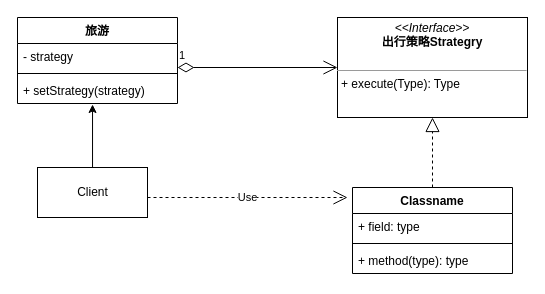
Xrtero/design_pattern keeps this draw.io diagram as 策略模式.drawio. Above is the earlier version. Source tidied: cells renumbered, new cells numbered last; positions are measured from the earlier drawing's top-left corner, leaving out a move shared by most shapes. Both pictures are drawn from the tidied source at 100%, with x=0, y=0 at pixel (17, 17).
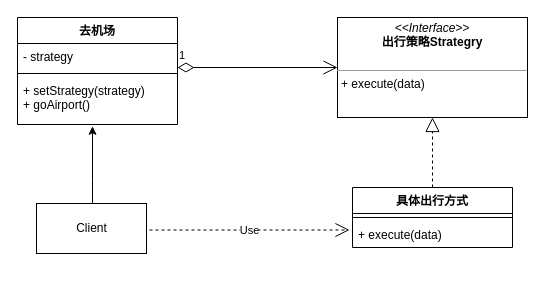
The same page after the edit.

Commit message (it also covers changes not shown here):
更新策略模式.drawio

Change to the diagram source:
```diff
@@
 <mxGraphModel>
   <root>
     <mxCell id="0" />
     <mxCell id="1" parent="0" />
-    <mxCell id="2" value="旅游" style="swimlane;fontStyle=1;align=center;verticalAlign=top;horizontal=1;startSize=26;" parent="1" vertex="1">
-      <mxGeometry width="160" height="86" as="geometry" />
+    <mxCell id="2" value="去机场" style="swimlane;fontStyle=1;align=center;verticalAlign=top;horizontal=1;startSize=26;" parent="1" vertex="1">
+      <mxGeometry width="160" height="107" as="geometry" />
     </mxCell>
     <mxCell id="3" value="- strategy" style="text;strokeColor=none;fillColor=none;align=left;verticalAlign=top;spacingLeft=4;spacingRight=4;overflow=hidden;" parent="2" vertex="1">
       <mxGeometry y="26" width="160" height="26" as="geometry" />
     </mxCell>
     <mxCell id="4" style="line;strokeWidth=1;fillColor=none;align=left;verticalAlign=middle;spacingTop=-1;spacingLeft=3;spacingRight=3;labelPosition=right;" parent="2" vertex="1">
       <mxGeometry y="52" width="160" height="8" as="geometry" />
     </mxCell>
-    <mxCell id="5" value="+ setStrategy(strategy)" style="text;strokeColor=none;fillColor=none;align=left;verticalAlign=top;spacingLeft=4;spacingRight=4;overflow=hidden;points=[[0,0.5],[1,0.5]];portConstraint=eastwest;" parent="2" vertex="1">
-      <mxGeometry y="60" width="160" height="26" as="geometry" />
+    <mxCell id="5" value="+ setStrategy(strategy)&#10;+ goAirport()" style="text;strokeColor=none;fillColor=none;align=left;verticalAlign=top;spacingLeft=4;spacingRight=4;overflow=hidden;points=[[0,0.5],[1,0.5]];portConstraint=eastwest;" parent="2" vertex="1">
+      <mxGeometry y="60" width="160" height="47" as="geometry" />
     </mxCell>
     <mxCell id="6" style="edgeStyle=orthogonalEdgeStyle;rounded=0;jettySize=auto;html=1;entryX=0.469;entryY=1.038;entryDx=0;entryDy=0;entryPerimeter=0;" parent="1" edge="1" source="7" target="5">
-      <mxGeometry relative="1" as="geometry" />
+      <mxGeometry relative="1" as="geometry">
+        <Array as="points">
+          <mxPoint x="75" y="162" />
+          <mxPoint x="75" y="162" />
+        </Array>
+      </mxGeometry>
     </mxCell>
     <mxCell id="7" value="Client" style="html=1;" parent="1" vertex="1">
-      <mxGeometry x="20" y="150" width="110" height="50" as="geometry" />
+      <mxGeometry x="19" y="186" width="110" height="50" as="geometry" />
     </mxCell>
-    <mxCell id="8" value="&lt;p style=&quot;margin: 0px ; margin-top: 4px ; text-align: center&quot;&gt;&lt;i&gt;&amp;lt;&amp;lt;Interface&amp;gt;&amp;gt;&lt;/i&gt;&lt;br&gt;&lt;b&gt;出行策略Strategry&lt;/b&gt;&lt;/p&gt;&lt;p style=&quot;margin: 0px ; margin-left: 4px&quot;&gt;&lt;br&gt;&lt;/p&gt;&lt;hr size=&quot;1&quot;&gt;&lt;p style=&quot;margin: 0px ; margin-left: 4px&quot;&gt;+ execute(Type): Type&lt;br&gt;&lt;/p&gt;" style="verticalAlign=top;align=left;overflow=fill;fontSize=12;fontFamily=Helvetica;html=1;" parent="1" vertex="1">
+    <mxCell id="8" value="&lt;p style=&quot;margin: 0px ; margin-top: 4px ; text-align: center&quot;&gt;&lt;i&gt;&amp;lt;&amp;lt;Interface&amp;gt;&amp;gt;&lt;/i&gt;&lt;br&gt;&lt;b&gt;出行策略Strategry&lt;/b&gt;&lt;/p&gt;&lt;p style=&quot;margin: 0px ; margin-left: 4px&quot;&gt;&lt;br&gt;&lt;/p&gt;&lt;hr size=&quot;1&quot;&gt;&lt;p style=&quot;margin: 0px ; margin-left: 4px&quot;&gt;+ execute(data)&lt;br&gt;&lt;/p&gt;" style="verticalAlign=top;align=left;overflow=fill;fontSize=12;fontFamily=Helvetica;html=1;" parent="1" vertex="1">
       <mxGeometry x="320" width="190" height="100" as="geometry" />
     </mxCell>
     <mxCell id="9" value="1" style="endArrow=open;html=1;endSize=12;startArrow=diamondThin;startSize=14;startFill=0;edgeStyle=orthogonalEdgeStyle;align=left;verticalAlign=bottom;rounded=0;" parent="1" edge="1">
       <mxGeometry x="-1" y="3" relative="1" as="geometry">
         <mxPoint x="160" y="50" as="sourcePoint" />
         <mxPoint x="320" y="50" as="targetPoint" />
       </mxGeometry>
     </mxCell>
-    <mxCell id="10" value="Classname" style="swimlane;fontStyle=1;align=center;verticalAlign=top;horizontal=1;startSize=26;" parent="1" vertex="1">
-      <mxGeometry x="335" y="170" width="160" height="86" as="geometry" />
+    <mxCell id="10" value="具体出行方式" style="swimlane;fontStyle=1;align=center;verticalAlign=top;horizontal=1;startSize=26;" parent="1" vertex="1">
+      <mxGeometry x="335" y="170" width="160" height="60" as="geometry" />
     </mxCell>
-    <mxCell id="11" value="+ field: type" style="text;strokeColor=none;fillColor=none;align=left;verticalAlign=top;spacingLeft=4;spacingRight=4;overflow=hidden;" parent="10" vertex="1">
-      <mxGeometry y="26" width="160" height="26" as="geometry" />
-    </mxCell>
     <mxCell id="12" style="line;strokeWidth=1;fillColor=none;align=left;verticalAlign=middle;spacingTop=-1;spacingLeft=3;spacingRight=3;labelPosition=right;" parent="10" vertex="1">
-      <mxGeometry y="52" width="160" height="8" as="geometry" />
+      <mxGeometry y="26" width="160" height="8" as="geometry" />
     </mxCell>
-    <mxCell id="13" value="+ method(type): type" style="text;strokeColor=none;fillColor=none;align=left;verticalAlign=top;spacingLeft=4;spacingRight=4;overflow=hidden;" parent="10" vertex="1">
-      <mxGeometry y="60" width="160" height="26" as="geometry" />
+    <mxCell id="13" value="+ execute(data)" style="text;strokeColor=none;fillColor=none;align=left;verticalAlign=top;spacingLeft=4;spacingRight=4;overflow=hidden;" parent="10" vertex="1">
+      <mxGeometry y="34" width="160" height="26" as="geometry" />
     </mxCell>
     <mxCell id="14" style="endArrow=block;dashed=1;endFill=0;endSize=12;html=1;rounded=0;entryX=0.5;entryY=1;entryDx=0;entryDy=0;exitX=0.5;exitY=0;exitDx=0;exitDy=0;" parent="1" edge="1" source="10" target="8">
       <mxGeometry relative="1" as="geometry" />
     </mxCell>
     <mxCell id="15" value="Use" style="endArrow=open;endSize=12;dashed=1;html=1;rounded=0;" parent="1" edge="1">
       <mxGeometry relative="1" as="geometry">
-        <mxPoint x="130" y="180" as="sourcePoint" />
-        <mxPoint x="330" y="180" as="targetPoint" />
+        <mxPoint x="132" y="212.5" as="sourcePoint" />
+        <mxPoint x="332" y="212.5" as="targetPoint" />
       </mxGeometry>
     </mxCell>
   </root>
 </mxGraphModel>
```
